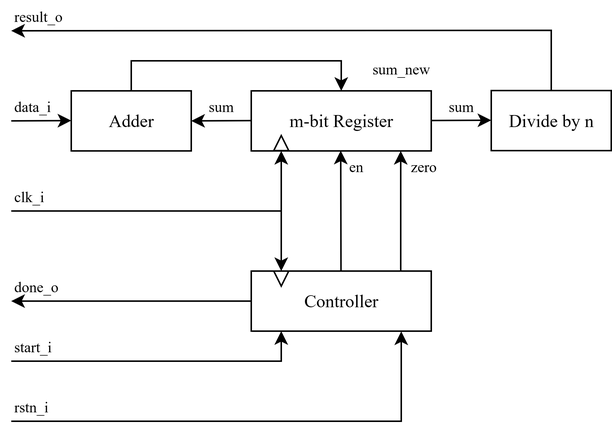
Above: homework_3/report/assets/q4.png in apedersen00/digital-systems-design-and-verification (draw.io), before the change. Source tidied: cells renumbered, new cells last; positions are measured from the earlier drawing's top-left corner, leaving out a move shared by most shapes.
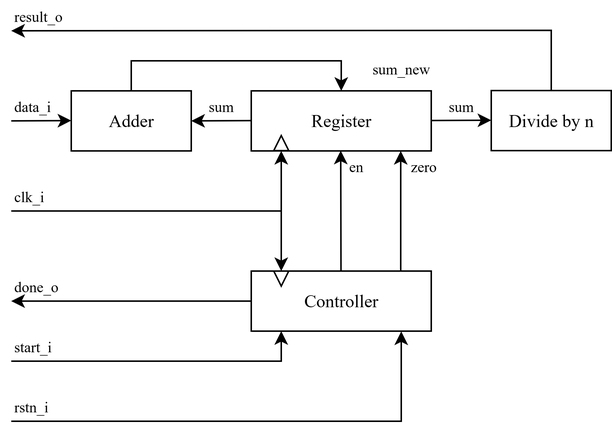
Later version of the same file.

Diff of the diagram source:
```diff
@@ -2,7 +2,7 @@
   <root>
     <mxCell id="0" />
     <mxCell id="1" parent="0" />
-    <mxCell id="2" value="&lt;font face=&quot;Times New Roman&quot;&gt;m-bit Register&lt;/font&gt;" style="rounded=0;whiteSpace=wrap;html=1;" parent="1" vertex="1">
+    <mxCell id="2" value="&lt;font face=&quot;Times New Roman&quot;&gt;Register&lt;/font&gt;" style="rounded=0;whiteSpace=wrap;html=1;" parent="1" vertex="1">
       <mxGeometry x="160" y="60" width="120" height="40" as="geometry" />
     </mxCell>
     <mxCell id="3" style="endArrow=classic;html=1;rounded=0;" parent="1" edge="1">
```
